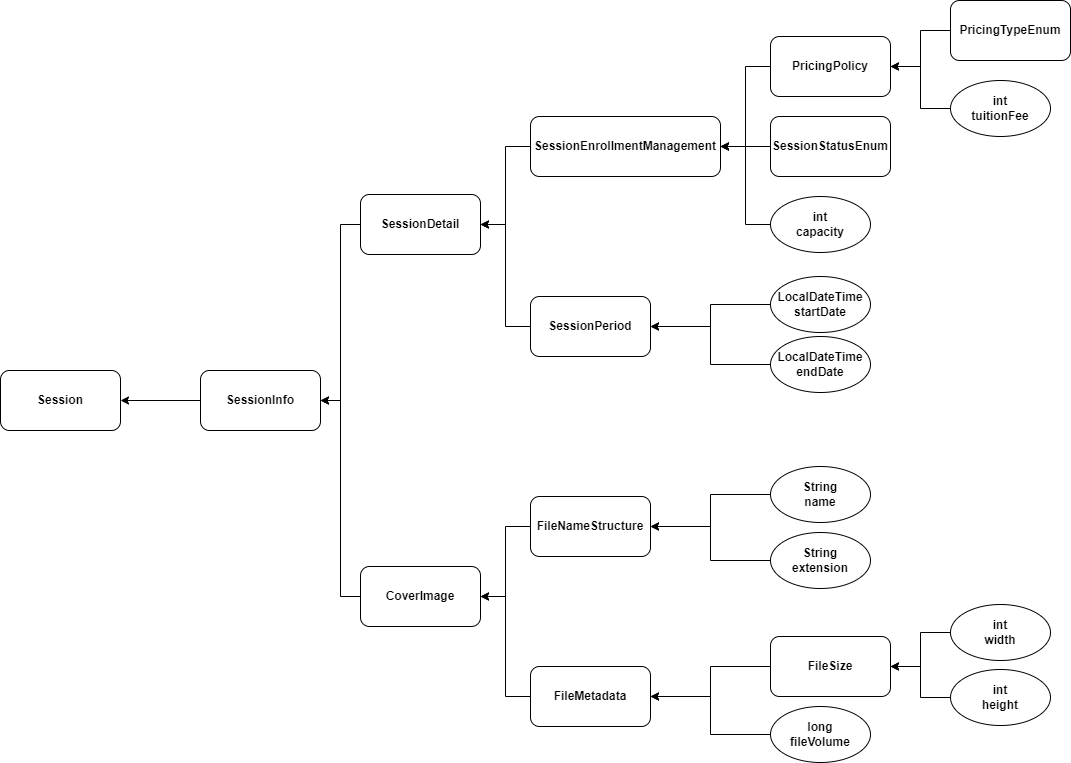
The draw.io diagram step2관계도.png in next-step/java-lms, before a commit. Source tidied: cells renumbered, new cells last; positions are measured from the earlier drawing's top-left corner, leaving out a move shared by most shapes.
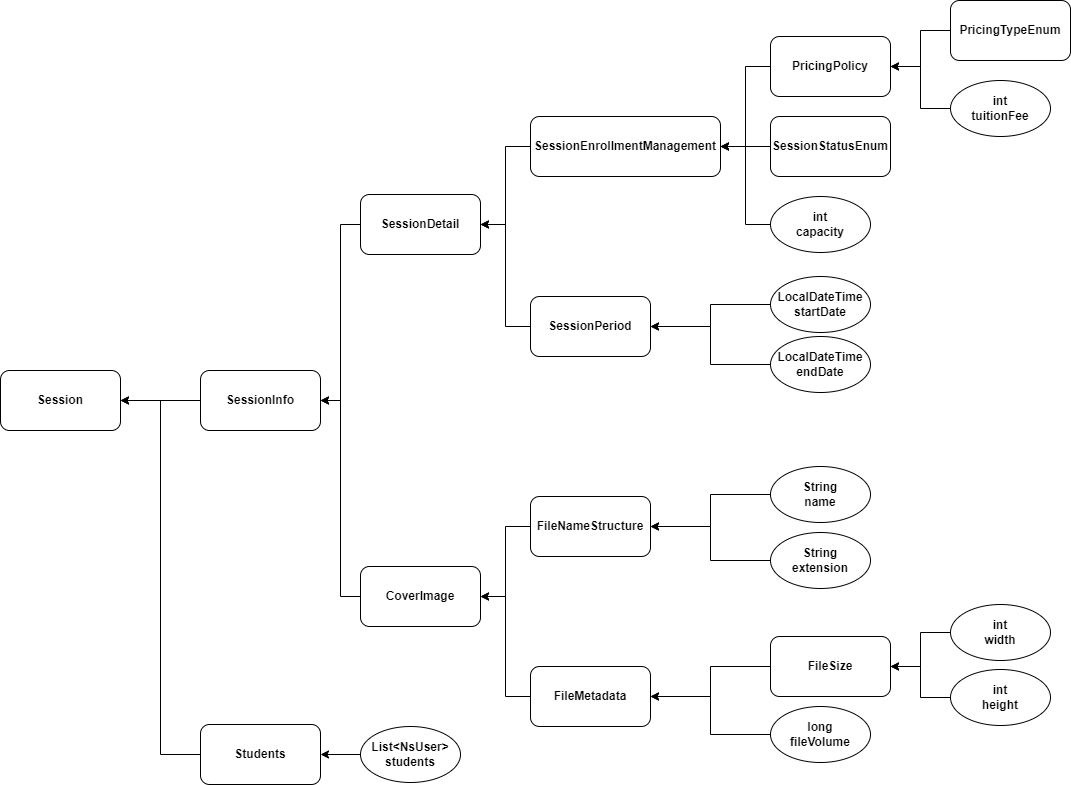
After the change.

Commit message:
docs:  step2관계도 수정

What changed in the source:
```diff
@@ -125,5 +125,17 @@
     <mxCell id="42" value="int&lt;br&gt;height" style="ellipse;whiteSpace=wrap;html=1;fontStyle=1;" parent="1" vertex="1">
       <mxGeometry x="950" y="669" width="100" height="56" as="geometry" />
     </mxCell>
+    <mxCell id="43" style="edgeStyle=orthogonalEdgeStyle;rounded=0;jettySize=auto;html=1;exitX=0;exitY=0.5;exitDx=0;exitDy=0;entryX=1;entryY=0.5;entryDx=0;entryDy=0;" parent="1" edge="1" source="44" target="2">
+      <mxGeometry relative="1" as="geometry" />
+    </mxCell>
+    <mxCell id="44" value="Students" style="rounded=1;whiteSpace=wrap;html=1;fontStyle=1;" parent="1" vertex="1">
+      <mxGeometry x="200" y="724" width="120" height="60" as="geometry" />
+    </mxCell>
+    <mxCell id="45" style="edgeStyle=orthogonalEdgeStyle;rounded=0;jettySize=auto;html=1;exitX=0;exitY=0.5;exitDx=0;exitDy=0;entryX=1;entryY=0.5;entryDx=0;entryDy=0;" parent="1" edge="1" source="46" target="44">
+      <mxGeometry relative="1" as="geometry" />
+    </mxCell>
+    <mxCell id="46" value="List&amp;lt;NsUser&amp;gt;&lt;br&gt;students" style="ellipse;whiteSpace=wrap;html=1;fontStyle=1;" parent="1" vertex="1">
+      <mxGeometry x="360" y="726" width="100" height="56" as="geometry" />
+    </mxCell>
   </root>
 </mxGraphModel>
```
